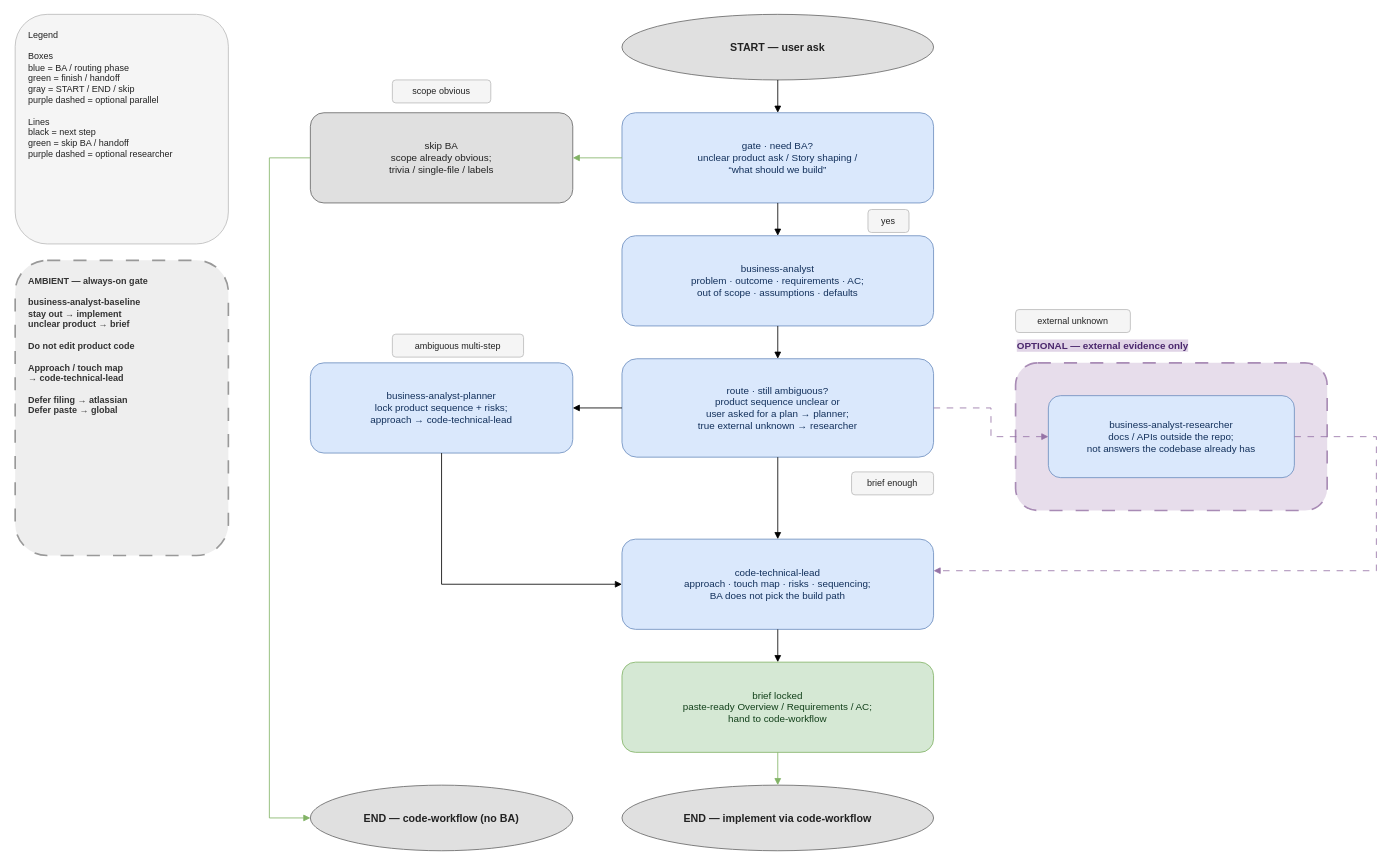
Earlier version of the draw.io diagram plugins/business-analyst/docs/business-analyst-workflow.drawio (nodadyoushutup/marketplace). Source tidied: cells renumbered, new cells numbered last; positions are measured from the earlier drawing's top-left corner, leaving out a move shared by most shapes. Both pictures are drawn from the tidied source at 82%, with x=0, y=0 at pixel (15, 14).
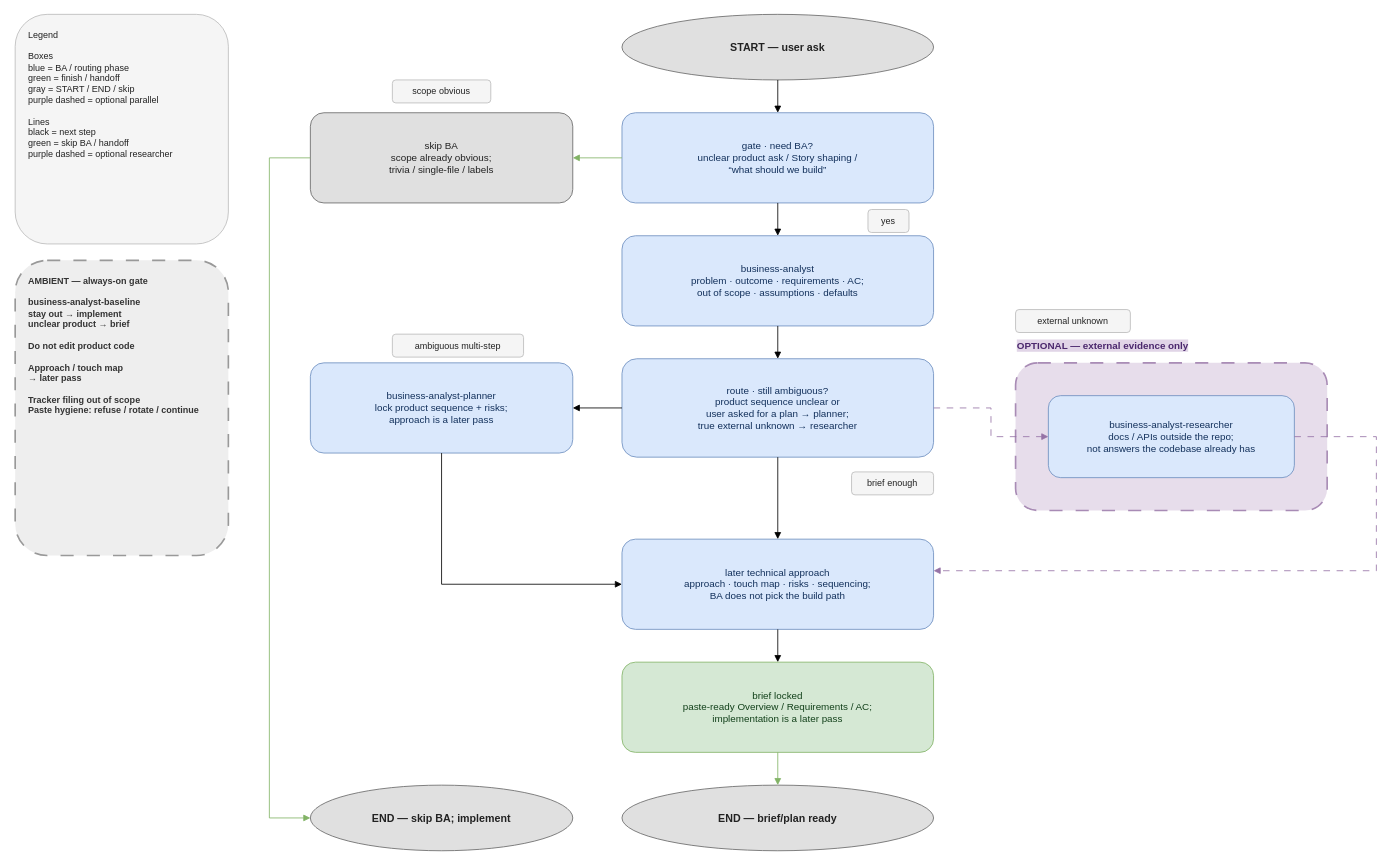
The same page after the edit.

Diff of the diagram source:
```diff
@@
-    <mxCell id="3" value="AMBIENT — always-on gate&#10;&#10;business-analyst-baseline&#10;stay out → implement&#10;unclear product → brief&#10;&#10;Do not edit product code&#10;&#10;Approach / touch map&#10;→ code-technical-lead&#10;&#10;Defer filing → atlassian&#10;Defer paste → global" style="rounded=1;whiteSpace=wrap;html=1;dashed=1;dashPattern=8 8;align=left;verticalAlign=top;spacingLeft=14;spacingRight=14;spacingTop=12;spacingBottom=12;fontSize=11;fontStyle=1;fillColor=#eeeeee;strokeColor=#999999;strokeWidth=2;fontColor=#333333;" parent="1" vertex="1">
+    <mxCell id="3" value="AMBIENT — always-on gate&#10;&#10;business-analyst-baseline&#10;stay out → implement&#10;unclear product → brief&#10;&#10;Do not edit product code&#10;&#10;Approach / touch map&#10;→ later pass&#10;&#10;Tracker filing out of scope&#10;Paste hygiene: refuse / rotate / continue" style="rounded=1;whiteSpace=wrap;html=1;dashed=1;dashPattern=8 8;align=left;verticalAlign=top;spacingLeft=14;spacingRight=14;spacingTop=12;spacingBottom=12;fontSize=11;fontStyle=1;fillColor=#eeeeee;strokeColor=#999999;strokeWidth=2;fontColor=#333333;" parent="1" vertex="1">
       <mxGeometry y="300" width="260" height="360" as="geometry" />
     </mxCell>
@@
-    <mxCell id="9" value="business-analyst-planner&#10;lock product sequence + risks;&#10;approach → code-technical-lead" style="rounded=1;whiteSpace=wrap;html=1;align=center;verticalAlign=middle;spacingLeft=12;spacingRight=12;fontSize=12;fillColor=#dae8fc;strokeColor=#6c8ebf;fontColor=#12305B;" parent="1" vertex="1">
+    <mxCell id="9" value="business-analyst-planner&#10;lock product sequence + risks;&#10;approach is a later pass" style="rounded=1;whiteSpace=wrap;html=1;align=center;verticalAlign=middle;spacingLeft=12;spacingRight=12;fontSize=12;fillColor=#dae8fc;strokeColor=#6c8ebf;fontColor=#12305B;" parent="1" vertex="1">
       <mxGeometry x="360" y="425" width="320" height="110" as="geometry" />
     </mxCell>
@@
-    <mxCell id="13" value="code-technical-lead&#10;approach · touch map · risks · sequencing;&#10;BA does not pick the build path" style="rounded=1;whiteSpace=wrap;html=1;align=center;verticalAlign=middle;spacingLeft=12;spacingRight=12;fontSize=12;fillColor=#dae8fc;strokeColor=#6c8ebf;fontColor=#12305B;" parent="1" vertex="1">
+    <mxCell id="13" value="later technical approach&#10;approach · touch map · risks · sequencing;&#10;BA does not pick the build path" style="rounded=1;whiteSpace=wrap;html=1;align=center;verticalAlign=middle;spacingLeft=12;spacingRight=12;fontSize=12;fillColor=#dae8fc;strokeColor=#6c8ebf;fontColor=#12305B;" parent="1" vertex="1">
       <mxGeometry x="740" y="640" width="380" height="110" as="geometry" />
     </mxCell>
-    <mxCell id="14" value="brief locked&#10;paste-ready Overview / Requirements / AC;&#10;hand to code-workflow" style="rounded=1;whiteSpace=wrap;html=1;align=center;verticalAlign=middle;spacingLeft=12;spacingRight=12;fontSize=12;fillColor=#d5e8d4;strokeColor=#82b366;fontColor=#12401A;" parent="1" vertex="1">
+    <mxCell id="14" value="brief locked&#10;paste-ready Overview / Requirements / AC;&#10;implementation is a later pass" style="rounded=1;whiteSpace=wrap;html=1;align=center;verticalAlign=middle;spacingLeft=12;spacingRight=12;fontSize=12;fillColor=#d5e8d4;strokeColor=#82b366;fontColor=#12401A;" parent="1" vertex="1">
       <mxGeometry x="740" y="790" width="380" height="110" as="geometry" />
     </mxCell>
-    <mxCell id="15" value="END — implement via code-workflow" style="ellipse;whiteSpace=wrap;html=1;align=center;verticalAlign=middle;fontSize=13;fontStyle=1;fillColor=#e0e0e0;strokeColor=#666666;fontColor=#222222;" parent="1" vertex="1">
+    <mxCell id="15" value="END — brief/plan ready" style="ellipse;whiteSpace=wrap;html=1;align=center;verticalAlign=middle;fontSize=13;fontStyle=1;fillColor=#e0e0e0;strokeColor=#666666;fontColor=#222222;" parent="1" vertex="1">
       <mxGeometry x="740" y="940" width="380" height="80" as="geometry" />
     </mxCell>
-    <mxCell id="16" value="END — code-workflow (no BA)" style="ellipse;whiteSpace=wrap;html=1;align=center;verticalAlign=middle;fontSize=13;fontStyle=1;fillColor=#e0e0e0;strokeColor=#666666;fontColor=#222222;" parent="1" vertex="1">
+    <mxCell id="16" value="END — skip BA; implement" style="ellipse;whiteSpace=wrap;html=1;align=center;verticalAlign=middle;fontSize=13;fontStyle=1;fillColor=#e0e0e0;strokeColor=#666666;fontColor=#222222;" parent="1" vertex="1">
       <mxGeometry x="360" y="940" width="320" height="80" as="geometry" />
     </mxCell>
```
